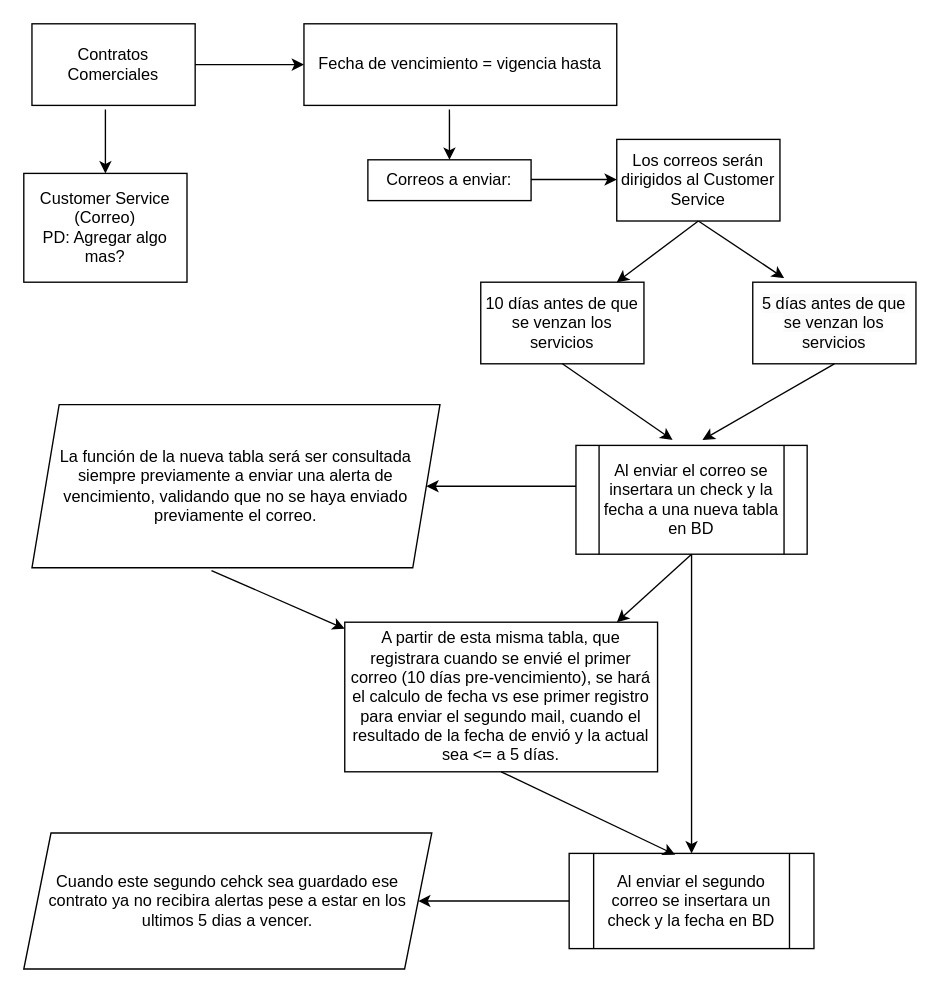
Above: Diagrama sin título.drawio in DoroteoNavarrete/firstPage (draw.io), before the change. Source tidied: cells renumbered, new cells numbered last; positions are measured from the earlier drawing's top-left corner, leaving out a move shared by most shapes. Both pictures are drawn from the tidied source at 136%, with x=0, y=0 at pixel (23, 23).
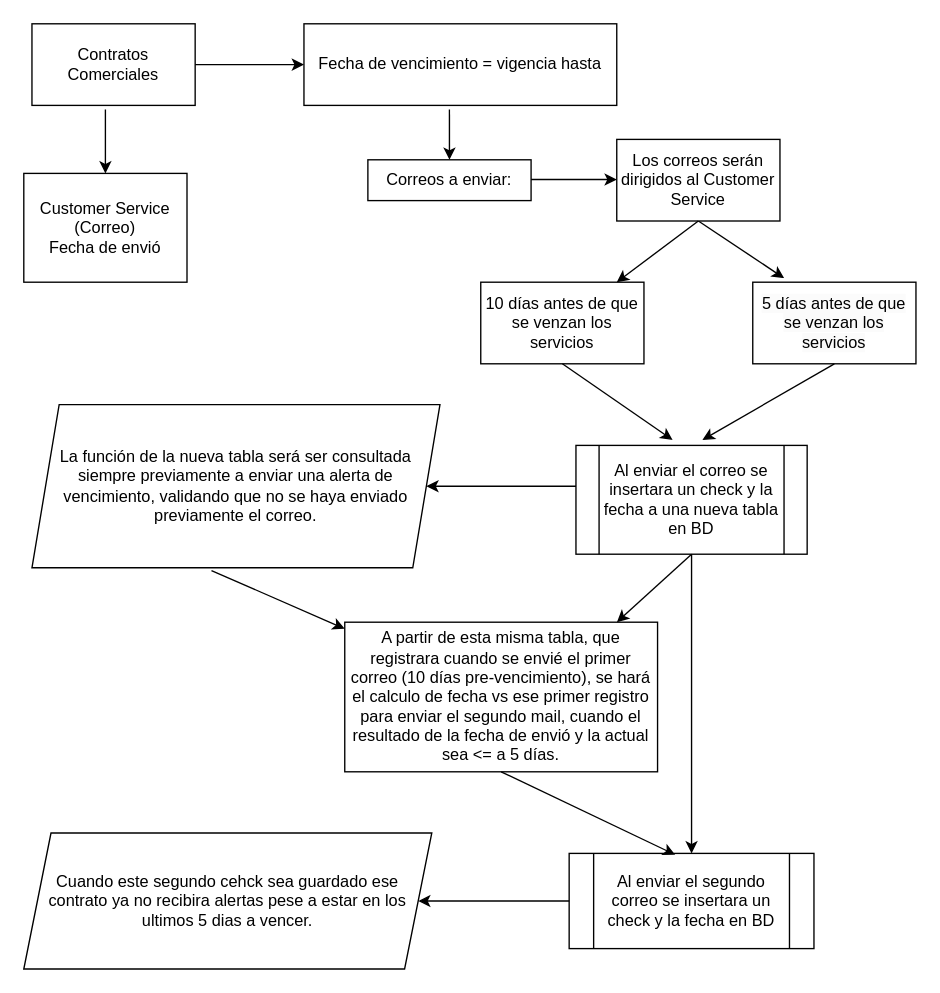
The same page after the edit.

What changed in the source:
```diff
@@
-    <mxCell id="4" value="Customer Service&lt;br&gt;(Correo)&lt;br&gt;PD: Agregar algo mas?" style="rounded=0;whiteSpace=wrap;html=1;" parent="1" vertex="1">
+    <mxCell id="4" value="Customer Service&lt;br&gt;(Correo)&lt;br&gt;Fecha de envió" style="rounded=0;whiteSpace=wrap;html=1;" parent="1" vertex="1">
       <mxGeometry y="110" width="120" height="80" as="geometry" />
     </mxCell>
```
